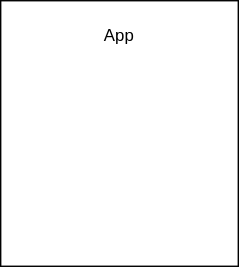
Above: src/assets/diagram.drawio.svg in kimmykokonut/inventory-tracker-redux (draw.io), before the change. Source tidied: cells renumbered, new cells last; positions are measured from the earlier drawing's top-left corner, leaving out a move shared by most shapes.
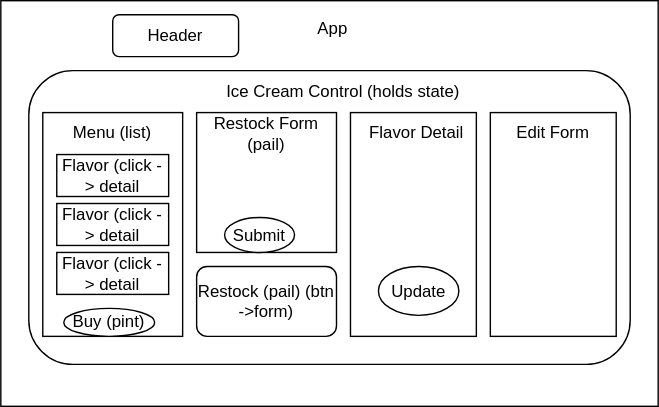
After the change.

Commit message:
create static Header component

Change to the diagram source:
```diff
@@ -3,10 +3,67 @@
     <mxCell id="0" />
     <mxCell id="1" parent="0" />
     <mxCell id="2" style="rounded=0;whiteSpace=wrap;html=1;" parent="1" vertex="1">
-      <mxGeometry width="170" height="190" as="geometry" />
+      <mxGeometry y="-40" width="470" height="290" as="geometry" />
     </mxCell>
     <mxCell id="3" value="App" style="text;html=1;strokeColor=none;fillColor=none;align=center;verticalAlign=middle;whiteSpace=wrap;rounded=0;" parent="1" vertex="1">
-      <mxGeometry x="55" y="10" width="60" height="30" as="geometry" />
+      <mxGeometry x="205" y="-40" width="65" height="40" as="geometry" />
     </mxCell>
+    <mxCell id="4" style="rounded=1;whiteSpace=wrap;html=1;" parent="1" vertex="1">
+      <mxGeometry x="20" y="10" width="430" height="210" as="geometry" />
+    </mxCell>
+    <mxCell id="5" value="Ice Cream Control (holds state)" style="text;html=1;strokeColor=none;fillColor=none;align=center;verticalAlign=middle;whiteSpace=wrap;rounded=0;" parent="1" vertex="1">
+      <mxGeometry x="160" y="10" width="170" height="30" as="geometry" />
+    </mxCell>
+    <mxCell id="6" value="Header" style="rounded=1;whiteSpace=wrap;html=1;" parent="1" vertex="1">
+      <mxGeometry x="80" y="-30" width="90" height="30" as="geometry" />
+    </mxCell>
+    <mxCell id="7" style="rounded=0;whiteSpace=wrap;html=1;" parent="1" vertex="1">
+      <mxGeometry x="140" y="40" width="100" height="100" as="geometry" />
+    </mxCell>
+    <mxCell id="8" style="rounded=0;whiteSpace=wrap;html=1;" parent="1" vertex="1">
+      <mxGeometry x="350" y="40" width="90" height="160" as="geometry" />
+    </mxCell>
+    <mxCell id="9" style="rounded=0;whiteSpace=wrap;html=1;" parent="1" vertex="1">
+      <mxGeometry x="250" y="40" width="90" height="160" as="geometry" />
+    </mxCell>
+    <mxCell id="10" value="Restock (pail) (btn -&amp;gt;form)" style="rounded=1;whiteSpace=wrap;html=1;" parent="1" vertex="1">
+      <mxGeometry x="140" y="150" width="100" height="50" as="geometry" />
+    </mxCell>
+    <mxCell id="11" style="group;" parent="1" vertex="1">
+      <mxGeometry x="30" y="40" width="340" height="160" as="geometry" />
+    </mxCell>
+    <mxCell id="12" style="rounded=0;whiteSpace=wrap;html=1;" parent="11" vertex="1">
+      <mxGeometry width="100" height="160" as="geometry" />
+    </mxCell>
+    <mxCell id="13" value="Menu (list)" style="text;html=1;strokeColor=none;fillColor=none;align=center;verticalAlign=middle;whiteSpace=wrap;rounded=0;" parent="11" vertex="1">
+      <mxGeometry x="20" width="60" height="30" as="geometry" />
+    </mxCell>
+    <mxCell id="14" value="Flavor (click -&amp;gt; detail" style="rounded=0;whiteSpace=wrap;html=1;" parent="11" vertex="1">
+      <mxGeometry x="10" y="30" width="80" height="30" as="geometry" />
+    </mxCell>
+    <mxCell id="15" value="Flavor (click -&amp;gt; detail" style="rounded=0;whiteSpace=wrap;html=1;" parent="11" vertex="1">
+      <mxGeometry x="10" y="65" width="80" height="30" as="geometry" />
+    </mxCell>
+    <mxCell id="16" value="Flavor (click -&amp;gt; detail" style="rounded=0;whiteSpace=wrap;html=1;" parent="11" vertex="1">
+      <mxGeometry x="10" y="100" width="80" height="30" as="geometry" />
+    </mxCell>
+    <mxCell id="17" value="Buy (pint)" style="ellipse;whiteSpace=wrap;html=1;" parent="11" vertex="1">
+      <mxGeometry x="15" y="140" width="65" height="20" as="geometry" />
+    </mxCell>
+    <mxCell id="18" value="Submit" style="ellipse;whiteSpace=wrap;html=1;" parent="11" vertex="1">
+      <mxGeometry x="130" y="75" width="50" height="25" as="geometry" />
+    </mxCell>
+    <mxCell id="19" value="Restock Form (pail)" style="text;html=1;strokeColor=none;fillColor=none;align=center;verticalAlign=middle;whiteSpace=wrap;rounded=0;" parent="11" vertex="1">
+      <mxGeometry x="120" width="80" height="30" as="geometry" />
+    </mxCell>
+    <mxCell id="20" value="Flavor Detail" style="text;html=1;strokeColor=none;fillColor=none;align=center;verticalAlign=middle;whiteSpace=wrap;rounded=0;" parent="11" vertex="1">
+      <mxGeometry x="230" width="75" height="30" as="geometry" />
+    </mxCell>
+    <mxCell id="21" value="Update" style="ellipse;whiteSpace=wrap;html=1;" parent="11" vertex="1">
+      <mxGeometry x="240" y="110" width="57.5" height="35" as="geometry" />
+    </mxCell>
+    <mxCell id="22" value="Edit Form" style="text;html=1;strokeColor=none;fillColor=none;align=center;verticalAlign=middle;whiteSpace=wrap;rounded=0;" parent="1" vertex="1">
+      <mxGeometry x="365" y="40" width="60" height="30" as="geometry" />
+    </mxCell>
   </root>
 </mxGraphModel>
```
